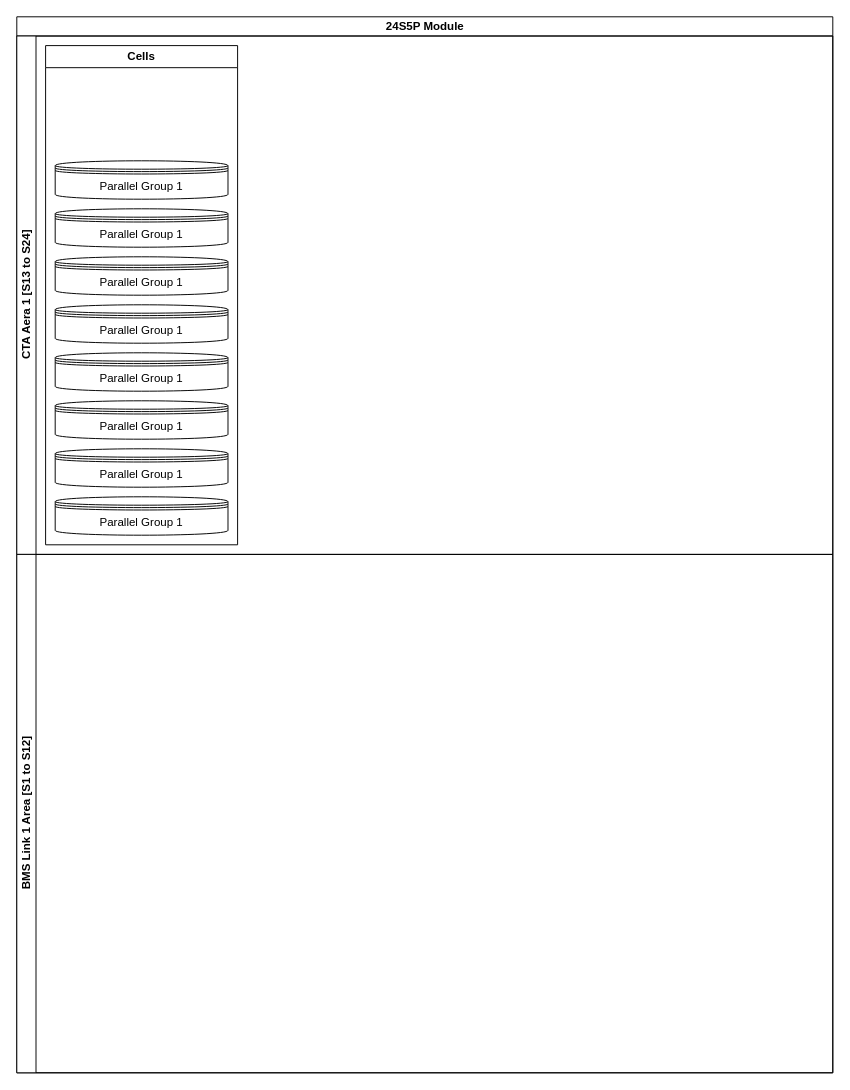
Before: Documents/blockDiagram.drawio in sfuphantom/bms-link-hw, a draw.io diagram. Source tidied: cells renumbered, new cells numbered last; positions are measured from the earlier drawing's top-left corner, leaving out a move shared by most shapes. Both pictures are drawn from the tidied source at 96%, with x=0, y=0 at pixel (16, 16).
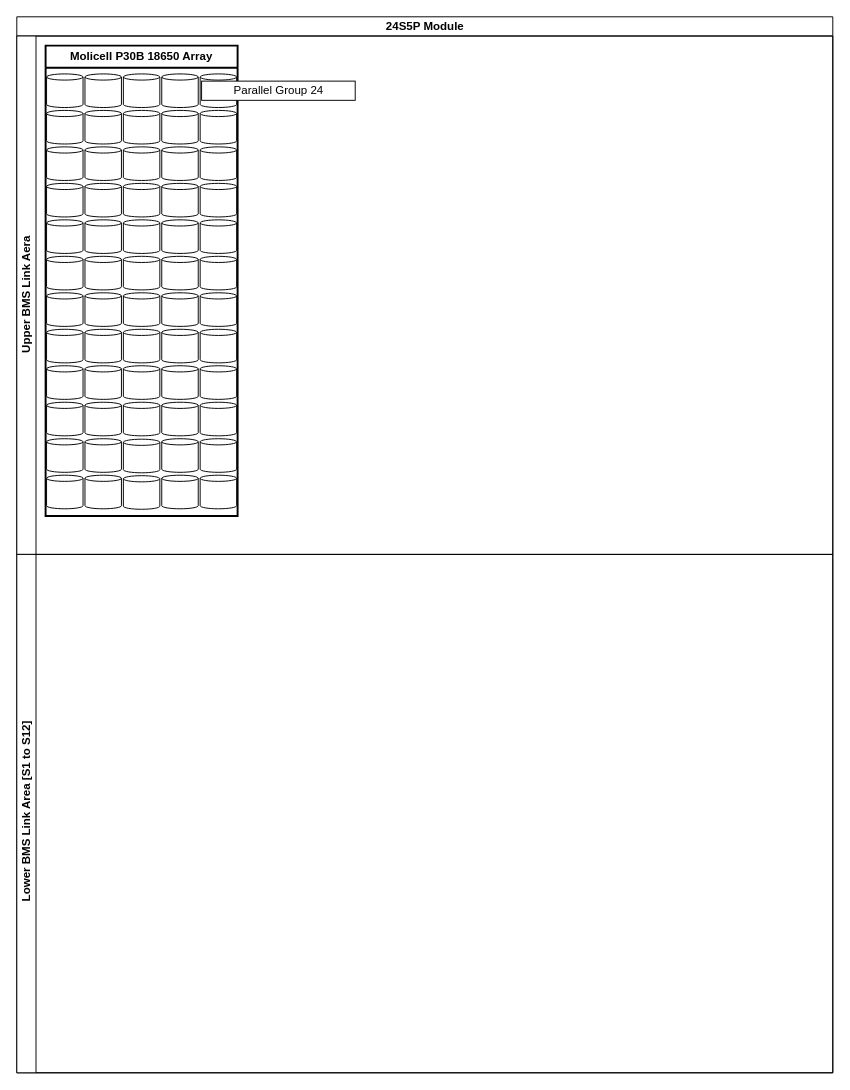
The same diagram, later.

Commit message (it also covers changes not shown here):
worked on diagram

Unchanged cells that the change refers to:
```xml
<mxCell id="2" value="24S5P Module" style="swimlane;horizontal=1;startSize=20;html=1;" parent="1" vertex="1">
  <mxGeometry width="850" height="1100" as="geometry" />
</mxCell>
```

The edit, as a diff of the source:
```diff
@@
-    <mxCell id="3" value="CTA Aera 1 [S13 to S24]" style="swimlane;startSize=20;horizontal=0;html=1;" parent="2" vertex="1">
+    <mxCell id="3" value="Upper&amp;nbsp;&lt;span style=&quot;background-color: transparent; color: light-dark(rgb(0, 0, 0), rgb(255, 255, 255));&quot;&gt;BMS Link Aera&lt;/span&gt;" style="swimlane;startSize=20;horizontal=0;html=1;" parent="2" vertex="1">
       <mxGeometry y="20" width="850" height="540" as="geometry" />
     </mxCell>
-    <mxCell id="4" value="Cells" style="swimlane;whiteSpace=wrap;html=1;" parent="3" vertex="1">
-      <mxGeometry x="30" y="10" width="200" height="520" as="geometry" />
+    <mxCell id="4" value="Molicell P30B 18650 Array" style="swimlane;whiteSpace=wrap;html=1;strokeWidth=2;" parent="3" vertex="1">
+      <mxGeometry x="30" y="10" width="200" height="490" as="geometry" />
     </mxCell>
-    <mxCell id="5" value="Parallel Group 1" style="shape=datastore;whiteSpace=wrap;html=1;" parent="4" vertex="1">
-      <mxGeometry x="10" y="470" width="180" height="40" as="geometry" />
-    </mxCell>
-    <mxCell id="6" value="Parallel Group 1" style="shape=datastore;whiteSpace=wrap;html=1;" parent="4" vertex="1">
-      <mxGeometry x="10" y="420" width="180" height="40" as="geometry" />
-    </mxCell>
-    <mxCell id="7" value="Parallel Group 1" style="shape=datastore;whiteSpace=wrap;html=1;" parent="4" vertex="1">
-      <mxGeometry x="10" y="370" width="180" height="40" as="geometry" />
-    </mxCell>
-    <mxCell id="8" value="Parallel Group 1" style="shape=datastore;whiteSpace=wrap;html=1;" parent="4" vertex="1">
-      <mxGeometry x="10" y="320" width="180" height="40" as="geometry" />
-    </mxCell>
-    <mxCell id="9" value="Parallel Group 1" style="shape=datastore;whiteSpace=wrap;html=1;" parent="4" vertex="1">
-      <mxGeometry x="10" y="270" width="180" height="40" as="geometry" />
-    </mxCell>
-    <mxCell id="10" value="Parallel Group 1" style="shape=datastore;whiteSpace=wrap;html=1;" parent="4" vertex="1">
-      <mxGeometry x="10" y="220" width="180" height="40" as="geometry" />
-    </mxCell>
-    <mxCell id="11" value="Parallel Group 1" style="shape=datastore;whiteSpace=wrap;html=1;" parent="4" vertex="1">
-      <mxGeometry x="10" y="170" width="180" height="40" as="geometry" />
-    </mxCell>
-    <mxCell id="12" value="Parallel Group 1" style="shape=datastore;whiteSpace=wrap;html=1;" parent="4" vertex="1">
-      <mxGeometry x="10" y="120" width="180" height="40" as="geometry" />
-    </mxCell>
+    <mxCell id="14" style="strokeWidth=1;html=1;shape=mxgraph.flowchart.direct_data;whiteSpace=wrap;rotation=-90;" parent="4" vertex="1">
+      <mxGeometry x="2.5" y="28" width="35" height="38" as="geometry" />
+    </mxCell>
+    <mxCell id="15" style="strokeWidth=1;html=1;shape=mxgraph.flowchart.direct_data;whiteSpace=wrap;rotation=-90;" parent="4" vertex="1">
+      <mxGeometry x="42.5" y="28" width="35" height="38" as="geometry" />
+    </mxCell>
+    <mxCell id="16" style="strokeWidth=1;html=1;shape=mxgraph.flowchart.direct_data;whiteSpace=wrap;rotation=-90;" parent="4" vertex="1">
+      <mxGeometry x="82.5" y="28" width="35" height="38" as="geometry" />
+    </mxCell>
+    <mxCell id="17" style="strokeWidth=1;html=1;shape=mxgraph.flowchart.direct_data;whiteSpace=wrap;rotation=-90;" parent="4" vertex="1">
+      <mxGeometry x="122.5" y="28" width="35" height="38" as="geometry" />
+    </mxCell>
+    <mxCell id="18" style="strokeWidth=1;html=1;shape=mxgraph.flowchart.direct_data;whiteSpace=wrap;rotation=-90;" parent="4" vertex="1">
+      <mxGeometry x="162.5" y="28" width="35" height="38" as="geometry" />
+    </mxCell>
+    <mxCell id="19" style="strokeWidth=1;html=1;shape=mxgraph.flowchart.direct_data;whiteSpace=wrap;rotation=-90;" parent="4" vertex="1">
+      <mxGeometry x="2.5" y="66" width="35" height="38" as="geometry" />
+    </mxCell>
+    <mxCell id="20" style="strokeWidth=1;html=1;shape=mxgraph.flowchart.direct_data;whiteSpace=wrap;rotation=-90;" parent="4" vertex="1">
+      <mxGeometry x="42.5" y="66" width="35" height="38" as="geometry" />
+    </mxCell>
+    <mxCell id="21" style="strokeWidth=1;html=1;shape=mxgraph.flowchart.direct_data;whiteSpace=wrap;rotation=-90;" parent="4" vertex="1">
+      <mxGeometry x="82.5" y="66" width="35" height="38" as="geometry" />
+    </mxCell>
+    <mxCell id="22" style="strokeWidth=1;html=1;shape=mxgraph.flowchart.direct_data;whiteSpace=wrap;rotation=-90;" parent="4" vertex="1">
+      <mxGeometry x="122.5" y="66" width="35" height="38" as="geometry" />
+    </mxCell>
+    <mxCell id="23" style="strokeWidth=1;html=1;shape=mxgraph.flowchart.direct_data;whiteSpace=wrap;rotation=-90;" parent="4" vertex="1">
+      <mxGeometry x="162.5" y="66" width="35" height="38" as="geometry" />
+    </mxCell>
+    <mxCell id="24" style="strokeWidth=1;html=1;shape=mxgraph.flowchart.direct_data;whiteSpace=wrap;rotation=-90;" parent="4" vertex="1">
+      <mxGeometry x="2.5" y="104" width="35" height="38" as="geometry" />
+    </mxCell>
+    <mxCell id="25" style="strokeWidth=1;html=1;shape=mxgraph.flowchart.direct_data;whiteSpace=wrap;rotation=-90;" parent="4" vertex="1">
+      <mxGeometry x="42.5" y="104" width="35" height="38" as="geometry" />
+    </mxCell>
+    <mxCell id="26" style="strokeWidth=1;html=1;shape=mxgraph.flowchart.direct_data;whiteSpace=wrap;rotation=-90;" parent="4" vertex="1">
+      <mxGeometry x="82.5" y="104" width="35" height="38" as="geometry" />
+    </mxCell>
+    <mxCell id="27" style="strokeWidth=1;html=1;shape=mxgraph.flowchart.direct_data;whiteSpace=wrap;rotation=-90;" parent="4" vertex="1">
+      <mxGeometry x="122.5" y="104" width="35" height="38" as="geometry" />
+    </mxCell>
+    <mxCell id="28" style="strokeWidth=1;html=1;shape=mxgraph.flowchart.direct_data;whiteSpace=wrap;rotation=-90;" parent="4" vertex="1">
+      <mxGeometry x="162.5" y="104" width="35" height="38" as="geometry" />
+    </mxCell>
+    <mxCell id="29" style="strokeWidth=1;html=1;shape=mxgraph.flowchart.direct_data;whiteSpace=wrap;rotation=-90;" parent="4" vertex="1">
+      <mxGeometry x="2.5" y="142" width="35" height="38" as="geometry" />
+    </mxCell>
+    <mxCell id="30" style="strokeWidth=1;html=1;shape=mxgraph.flowchart.direct_data;whiteSpace=wrap;rotation=-90;" parent="4" vertex="1">
+      <mxGeometry x="42.5" y="142" width="35" height="38" as="geometry" />
+    </mxCell>
+    <mxCell id="31" style="strokeWidth=1;html=1;shape=mxgraph.flowchart.direct_data;whiteSpace=wrap;rotation=-90;" parent="4" vertex="1">
+      <mxGeometry x="82.5" y="142" width="35" height="38" as="geometry" />
+    </mxCell>
+    <mxCell id="32" style="strokeWidth=1;html=1;shape=mxgraph.flowchart.direct_data;whiteSpace=wrap;rotation=-90;" parent="4" vertex="1">
+      <mxGeometry x="122.5" y="142" width="35" height="38" as="geometry" />
+    </mxCell>
+    <mxCell id="33" style="strokeWidth=1;html=1;shape=mxgraph.flowchart.direct_data;whiteSpace=wrap;rotation=-90;" parent="4" vertex="1">
+      <mxGeometry x="162.5" y="142" width="35" height="38" as="geometry" />
+    </mxCell>
+    <mxCell id="34" style="strokeWidth=1;html=1;shape=mxgraph.flowchart.direct_data;whiteSpace=wrap;rotation=-90;" parent="4" vertex="1">
+      <mxGeometry x="2.5" y="180" width="35" height="38" as="geometry" />
+    </mxCell>
+    <mxCell id="35" style="strokeWidth=1;html=1;shape=mxgraph.flowchart.direct_data;whiteSpace=wrap;rotation=-90;" parent="4" vertex="1">
+      <mxGeometry x="42.5" y="180" width="35" height="38" as="geometry" />
+    </mxCell>
+    <mxCell id="36" style="strokeWidth=1;html=1;shape=mxgraph.flowchart.direct_data;whiteSpace=wrap;rotation=-90;" parent="4" vertex="1">
+      <mxGeometry x="82.5" y="180" width="35" height="38" as="geometry" />
+    </mxCell>
+    <mxCell id="37" style="strokeWidth=1;html=1;shape=mxgraph.flowchart.direct_data;whiteSpace=wrap;rotation=-90;" parent="4" vertex="1">
+      <mxGeometry x="122.5" y="180" width="35" height="38" as="geometry" />
+    </mxCell>
+    <mxCell id="38" style="strokeWidth=1;html=1;shape=mxgraph.flowchart.direct_data;whiteSpace=wrap;rotation=-90;" parent="4" vertex="1">
+      <mxGeometry x="162.5" y="180" width="35" height="38" as="geometry" />
+    </mxCell>
+    <mxCell id="39" style="strokeWidth=1;html=1;shape=mxgraph.flowchart.direct_data;whiteSpace=wrap;rotation=-90;" parent="4" vertex="1">
+      <mxGeometry x="2.5" y="218" width="35" height="38" as="geometry" />
+    </mxCell>
+    <mxCell id="40" style="strokeWidth=1;html=1;shape=mxgraph.flowchart.direct_data;whiteSpace=wrap;rotation=-90;" parent="4" vertex="1">
+      <mxGeometry x="42.5" y="218" width="35" height="38" as="geometry" />
+    </mxCell>
+    <mxCell id="41" style="strokeWidth=1;html=1;shape=mxgraph.flowchart.direct_data;whiteSpace=wrap;rotation=-90;" parent="4" vertex="1">
+      <mxGeometry x="82.5" y="218" width="35" height="38" as="geometry" />
+    </mxCell>
+    <mxCell id="42" style="strokeWidth=1;html=1;shape=mxgraph.flowchart.direct_data;whiteSpace=wrap;rotation=-90;" parent="4" vertex="1">
+      <mxGeometry x="122.5" y="218" width="35" height="38" as="geometry" />
+    </mxCell>
+    <mxCell id="43" style="strokeWidth=1;html=1;shape=mxgraph.flowchart.direct_data;whiteSpace=wrap;rotation=-90;" parent="4" vertex="1">
+      <mxGeometry x="162.5" y="218" width="35" height="38" as="geometry" />
+    </mxCell>
+    <mxCell id="44" style="strokeWidth=1;html=1;shape=mxgraph.flowchart.direct_data;whiteSpace=wrap;rotation=-90;" parent="4" vertex="1">
+      <mxGeometry x="2.5" y="256" width="35" height="38" as="geometry" />
+    </mxCell>
+    <mxCell id="45" style="strokeWidth=1;html=1;shape=mxgraph.flowchart.direct_data;whiteSpace=wrap;rotation=-90;" parent="4" vertex="1">
+      <mxGeometry x="42.5" y="256" width="35" height="38" as="geometry" />
+    </mxCell>
+    <mxCell id="46" style="strokeWidth=1;html=1;shape=mxgraph.flowchart.direct_data;whiteSpace=wrap;rotation=-90;" parent="4" vertex="1">
+      <mxGeometry x="82.5" y="256" width="35" height="38" as="geometry" />
+    </mxCell>
+    <mxCell id="47" style="strokeWidth=1;html=1;shape=mxgraph.flowchart.direct_data;whiteSpace=wrap;rotation=-90;" parent="4" vertex="1">
+      <mxGeometry x="122.5" y="256" width="35" height="38" as="geometry" />
+    </mxCell>
+    <mxCell id="48" style="strokeWidth=1;html=1;shape=mxgraph.flowchart.direct_data;whiteSpace=wrap;rotation=-90;" parent="4" vertex="1">
+      <mxGeometry x="162.5" y="256" width="35" height="38" as="geometry" />
+    </mxCell>
+    <mxCell id="49" style="strokeWidth=1;html=1;shape=mxgraph.flowchart.direct_data;whiteSpace=wrap;rotation=-90;" parent="4" vertex="1">
+      <mxGeometry x="2.5" y="294" width="35" height="38" as="geometry" />
+    </mxCell>
+    <mxCell id="50" style="strokeWidth=1;html=1;shape=mxgraph.flowchart.direct_data;whiteSpace=wrap;rotation=-90;" parent="4" vertex="1">
+      <mxGeometry x="42.5" y="294" width="35" height="38" as="geometry" />
+    </mxCell>
+    <mxCell id="51" style="strokeWidth=1;html=1;shape=mxgraph.flowchart.direct_data;whiteSpace=wrap;rotation=-90;" parent="4" vertex="1">
+      <mxGeometry x="82.5" y="294" width="35" height="38" as="geometry" />
+    </mxCell>
+    <mxCell id="52" style="strokeWidth=1;html=1;shape=mxgraph.flowchart.direct_data;whiteSpace=wrap;rotation=-90;" parent="4" vertex="1">
+      <mxGeometry x="122.5" y="294" width="35" height="38" as="geometry" />
+    </mxCell>
+    <mxCell id="53" style="strokeWidth=1;html=1;shape=mxgraph.flowchart.direct_data;whiteSpace=wrap;rotation=-90;" parent="4" vertex="1">
+      <mxGeometry x="162.5" y="294" width="35" height="38" as="geometry" />
+    </mxCell>
+    <mxCell id="54" style="strokeWidth=1;html=1;shape=mxgraph.flowchart.direct_data;whiteSpace=wrap;rotation=-90;" parent="4" vertex="1">
+      <mxGeometry x="2.5" y="332" width="35" height="38" as="geometry" />
+    </mxCell>
+    <mxCell id="55" style="strokeWidth=1;html=1;shape=mxgraph.flowchart.direct_data;whiteSpace=wrap;rotation=-90;" parent="4" vertex="1">
+      <mxGeometry x="42.5" y="332" width="35" height="38" as="geometry" />
+    </mxCell>
+    <mxCell id="56" style="strokeWidth=1;html=1;shape=mxgraph.flowchart.direct_data;whiteSpace=wrap;rotation=-90;" parent="4" vertex="1">
+      <mxGeometry x="82.5" y="332" width="35" height="38" as="geometry" />
+    </mxCell>
+    <mxCell id="57" style="strokeWidth=1;html=1;shape=mxgraph.flowchart.direct_data;whiteSpace=wrap;rotation=-90;" parent="4" vertex="1">
+      <mxGeometry x="122.5" y="332" width="35" height="38" as="geometry" />
+    </mxCell>
+    <mxCell id="58" style="strokeWidth=1;html=1;shape=mxgraph.flowchart.direct_data;whiteSpace=wrap;rotation=-90;" parent="4" vertex="1">
+      <mxGeometry x="162.5" y="332" width="35" height="38" as="geometry" />
+    </mxCell>
+    <mxCell id="59" style="strokeWidth=1;html=1;shape=mxgraph.flowchart.direct_data;whiteSpace=wrap;rotation=-90;" parent="4" vertex="1">
+      <mxGeometry x="2.5" y="370" width="35" height="38" as="geometry" />
+    </mxCell>
+    <mxCell id="60" style="strokeWidth=1;html=1;shape=mxgraph.flowchart.direct_data;whiteSpace=wrap;rotation=-90;" parent="4" vertex="1">
+      <mxGeometry x="42.5" y="370" width="35" height="38" as="geometry" />
+    </mxCell>
+    <mxCell id="61" style="strokeWidth=1;html=1;shape=mxgraph.flowchart.direct_data;whiteSpace=wrap;rotation=-90;" parent="4" vertex="1">
+      <mxGeometry x="82.5" y="370" width="35" height="38" as="geometry" />
+    </mxCell>
+    <mxCell id="62" style="strokeWidth=1;html=1;shape=mxgraph.flowchart.direct_data;whiteSpace=wrap;rotation=-90;" parent="4" vertex="1">
+      <mxGeometry x="122.5" y="370" width="35" height="38" as="geometry" />
+    </mxCell>
+    <mxCell id="63" style="strokeWidth=1;html=1;shape=mxgraph.flowchart.direct_data;whiteSpace=wrap;rotation=-90;" parent="4" vertex="1">
+      <mxGeometry x="162.5" y="370" width="35" height="38" as="geometry" />
+    </mxCell>
+    <mxCell id="64" style="strokeWidth=1;html=1;shape=mxgraph.flowchart.direct_data;whiteSpace=wrap;rotation=-90;" parent="4" vertex="1">
+      <mxGeometry x="2.5" y="446" width="35" height="38" as="geometry" />
+    </mxCell>
+    <mxCell id="65" style="strokeWidth=1;html=1;shape=mxgraph.flowchart.direct_data;whiteSpace=wrap;rotation=-90;" parent="4" vertex="1">
+      <mxGeometry x="42.5" y="446" width="35" height="38" as="geometry" />
+    </mxCell>
+    <mxCell id="66" style="strokeWidth=1;html=1;shape=mxgraph.flowchart.direct_data;whiteSpace=wrap;rotation=-90;" parent="4" vertex="1">
+      <mxGeometry x="82.5" y="446.5" width="35" height="38" as="geometry" />
+    </mxCell>
+    <mxCell id="67" style="strokeWidth=1;html=1;shape=mxgraph.flowchart.direct_data;whiteSpace=wrap;rotation=-90;" parent="4" vertex="1">
+      <mxGeometry x="122.5" y="446" width="35" height="38" as="geometry" />
+    </mxCell>
+    <mxCell id="68" style="strokeWidth=1;html=1;shape=mxgraph.flowchart.direct_data;whiteSpace=wrap;rotation=-90;" parent="4" vertex="1">
+      <mxGeometry x="162.5" y="446" width="35" height="38" as="geometry" />
+    </mxCell>
+    <mxCell id="69" style="strokeWidth=1;html=1;shape=mxgraph.flowchart.direct_data;whiteSpace=wrap;rotation=-90;" parent="4" vertex="1">
+      <mxGeometry x="2.5" y="408" width="35" height="38" as="geometry" />
+    </mxCell>
+    <mxCell id="70" style="strokeWidth=1;html=1;shape=mxgraph.flowchart.direct_data;whiteSpace=wrap;rotation=-90;" parent="4" vertex="1">
+      <mxGeometry x="42.5" y="408" width="35" height="38" as="geometry" />
+    </mxCell>
+    <mxCell id="71" style="strokeWidth=1;html=1;shape=mxgraph.flowchart.direct_data;whiteSpace=wrap;rotation=-90;" parent="4" vertex="1">
+      <mxGeometry x="82.5" y="408.5" width="35" height="38" as="geometry" />
+    </mxCell>
+    <mxCell id="72" style="strokeWidth=1;html=1;shape=mxgraph.flowchart.direct_data;whiteSpace=wrap;rotation=-90;" parent="4" vertex="1">
+      <mxGeometry x="122.5" y="408" width="35" height="38" as="geometry" />
+    </mxCell>
+    <mxCell id="73" style="strokeWidth=1;html=1;shape=mxgraph.flowchart.direct_data;whiteSpace=wrap;rotation=-90;" parent="4" vertex="1">
+      <mxGeometry x="162.5" y="408" width="35" height="38" as="geometry" />
+    </mxCell>
+    <mxCell id="74" value="Parallel Group 24" style="rounded=0;whiteSpace=wrap;html=1;" parent="3" vertex="1">
+      <mxGeometry x="192.5" y="47" width="160" height="20" as="geometry" />
+    </mxCell>
-    <mxCell id="13" value="BMS Link 1 Area [S1 to S12]" style="swimlane;startSize=20;horizontal=0;html=1;" parent="2" vertex="1">
+    <mxCell id="13" value="&amp;nbsp;Lower&amp;nbsp;&lt;span style=&quot;background-color: transparent; color: light-dark(rgb(0, 0, 0), rgb(255, 255, 255));&quot;&gt;BMS Link Area [S1 to S12]&lt;/span&gt;" style="swimlane;startSize=20;horizontal=0;html=1;" parent="2" vertex="1">
       <mxGeometry y="560" width="850" height="540" as="geometry" />
     </mxCell>
```
